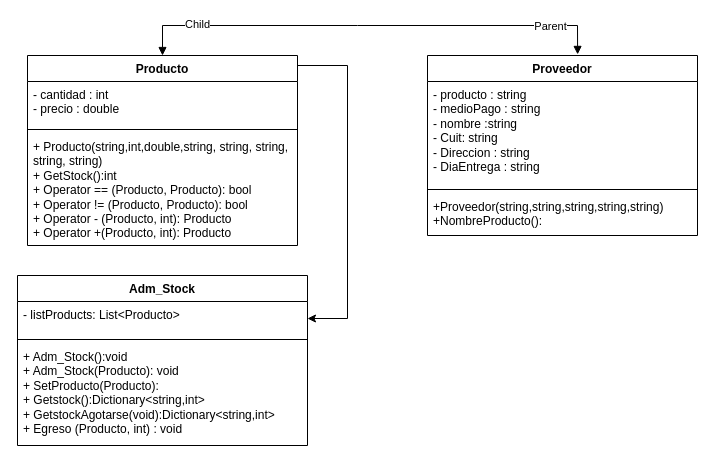
Above: page "Administración Stock" (1 of 5) of Diagrama UML.drawio in matiasparedes90/tp_laboratorio_2 (draw.io), before the change. Source tidied: cells renumbered, new cells numbered last; positions are measured from the earlier drawing's top-left corner, leaving out a move shared by most shapes. Both pictures are drawn from the tidied source at 100%, with x=0, y=0 at pixel (17, 25).
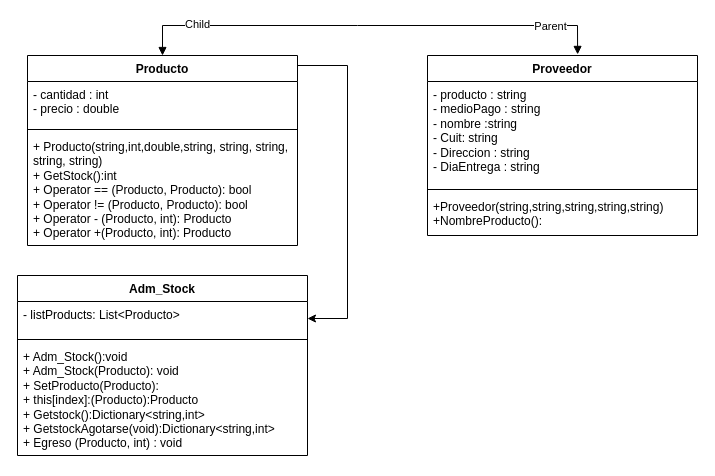
The same page after the edit.

The edit, as a diff of the source:
```diff
@@
     <mxCell id="2" value="Adm_Stock" style="swimlane;fontStyle=1;align=center;verticalAlign=top;horizontal=1;startSize=26;whiteSpace=wrap;html=1;" parent="1" vertex="1">
-      <mxGeometry y="250" width="290" height="170" as="geometry" />
+      <mxGeometry y="250" width="290" height="180" as="geometry" />
     </mxCell>
@@
-    <mxCell id="5" value="&lt;div&gt;+ Adm_Stock():void&lt;br&gt;&lt;/div&gt;&lt;div&gt;+ Adm_Stock(Producto): void&lt;/div&gt;&lt;div&gt;+ SetProducto(Producto):&lt;br&gt;&lt;/div&gt;&lt;div&gt;+ Getstock():Dictionary&amp;lt;string,int&amp;gt;&lt;/div&gt;&lt;div&gt;+ GetstockAgotarse(void):Dictionary&amp;lt;string,int&amp;gt;&lt;/div&gt;&lt;div&gt;+ Egreso (Producto, int) : void&lt;br&gt;&lt;/div&gt;" style="text;strokeColor=none;fillColor=none;align=left;verticalAlign=top;spacingLeft=4;spacingRight=4;overflow=hidden;whiteSpace=wrap;html=1;" parent="2" vertex="1">
-      <mxGeometry y="68" width="290" height="102" as="geometry" />
+    <mxCell id="5" value="&lt;div&gt;+ Adm_Stock():void&lt;br&gt;&lt;/div&gt;&lt;div&gt;+ Adm_Stock(Producto): void&lt;/div&gt;&lt;div&gt;+ SetProducto(Producto):&lt;/div&gt;&lt;div&gt;+ this[index]:(Producto):Producto&lt;br&gt;&lt;/div&gt;&lt;div&gt;+ Getstock():Dictionary&amp;lt;string,int&amp;gt;&lt;/div&gt;&lt;div&gt;+ GetstockAgotarse(void):Dictionary&amp;lt;string,int&amp;gt;&lt;/div&gt;&lt;div&gt;+ Egreso (Producto, int) : void&lt;br&gt;&lt;/div&gt;" style="text;strokeColor=none;fillColor=none;align=left;verticalAlign=top;spacingLeft=4;spacingRight=4;overflow=hidden;whiteSpace=wrap;html=1;" parent="2" vertex="1">
+      <mxGeometry y="68" width="290" height="112" as="geometry" />
     </mxCell>
```
